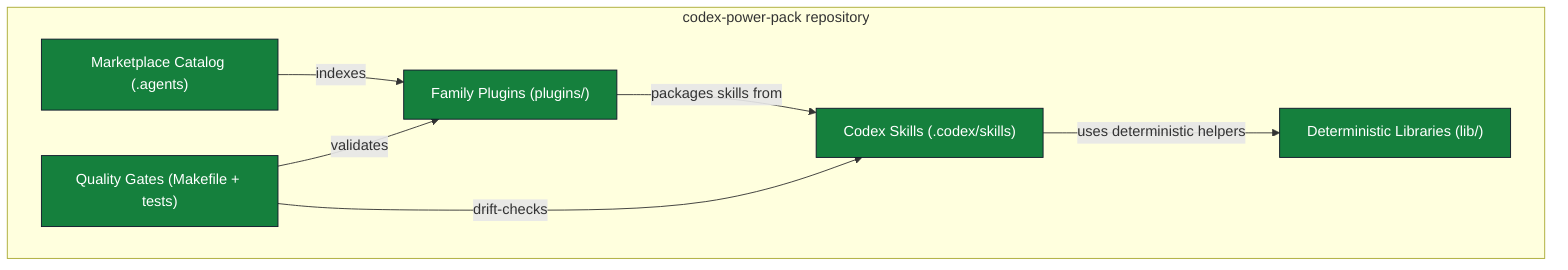
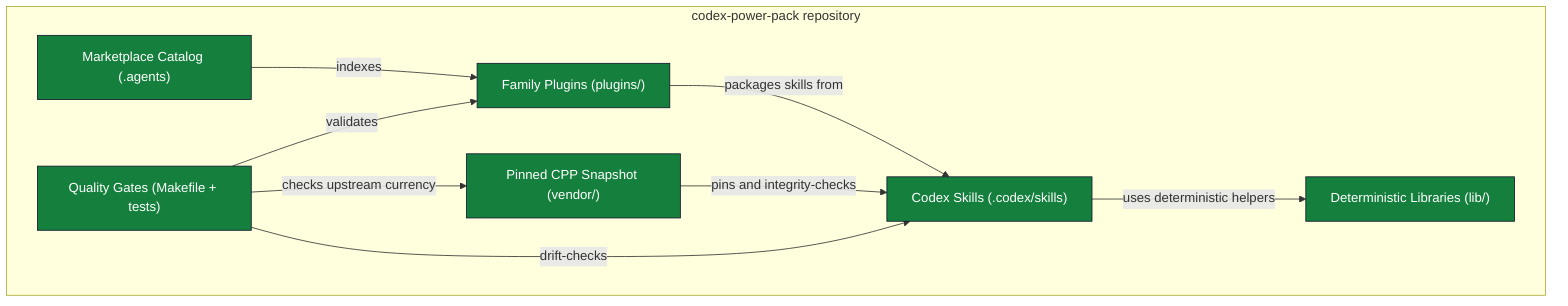
flowchart TB
  subgraph repo["codex-power-pack repository"]
    marketplace_catalog["Marketplace Catalog (.agents)"]:::container
    family_plugins["Family Plugins (plugins/)"]:::container
    codex_skills["Codex Skills (.codex/skills)"]:::container
+     vendor_snapshot["Pinned CPP Snapshot (vendor/)"]:::container
    runtime_libraries["Deterministic Libraries (lib/)"]:::container
    quality_gates["Quality Gates (Makefile + tests)"]:::container
  end
  marketplace_catalog -->|"indexes"| family_plugins
  family_plugins -->|"packages skills from"| codex_skills
+   vendor_snapshot -->|"pins and integrity-checks"| codex_skills
  codex_skills -->|"uses deterministic helpers"| runtime_libraries
  quality_gates -->|"validates"| family_plugins
  quality_gates -->|"drift-checks"| codex_skills
+   quality_gates -->|"checks upstream currency"| vendor_snapshot
  classDef container fill:#15803d,color:#ffffff,stroke:#0f172a
